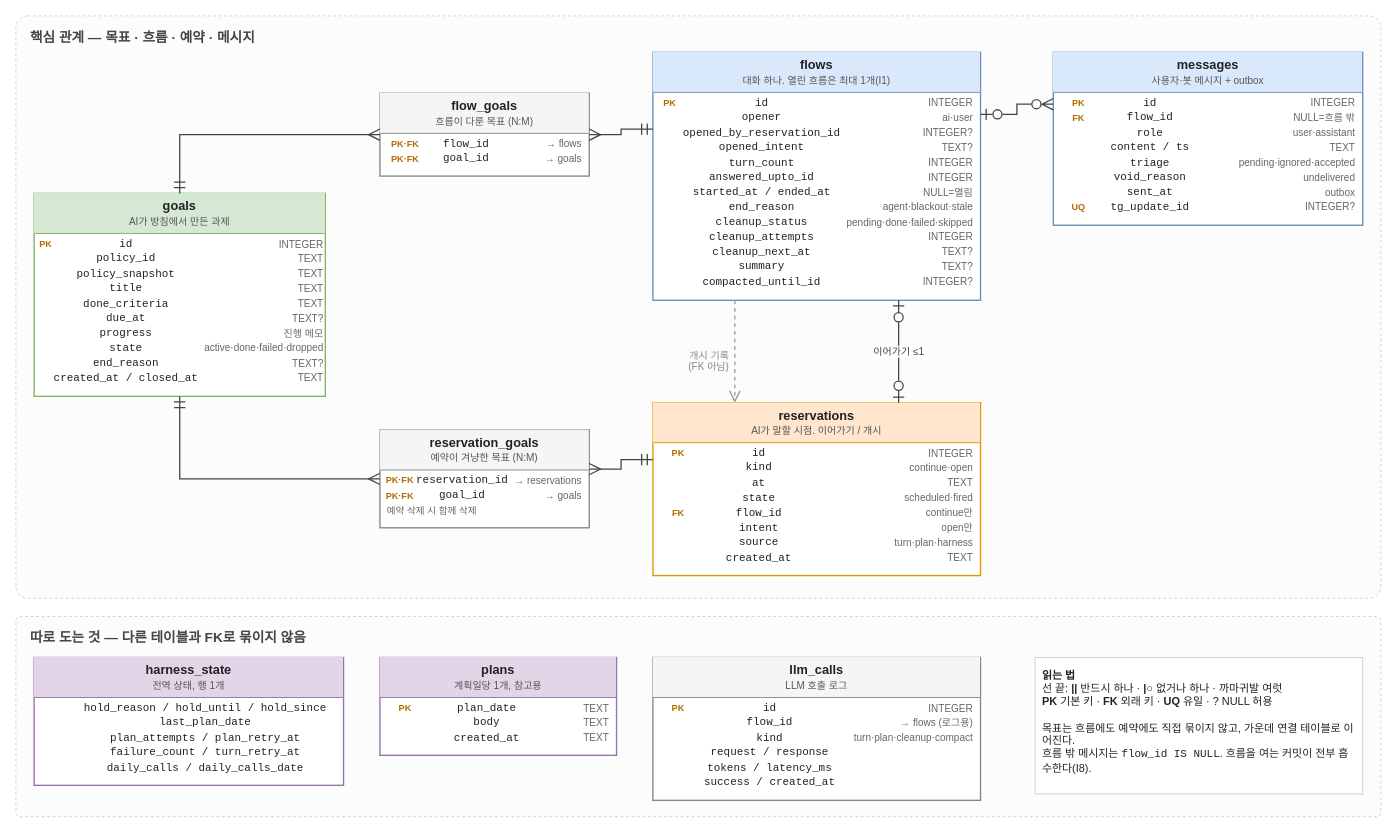
The draw.io diagram docs/harness-erd.drawio in carol-sh/aigan, before the edit. Source tidied: cells renumbered, new cells numbered last; positions are measured from the earlier drawing's top-left corner, leaving out a move shared by most shapes. Both pictures are drawn from the tidied source at 91%, with x=0, y=0 at pixel (15, 15).
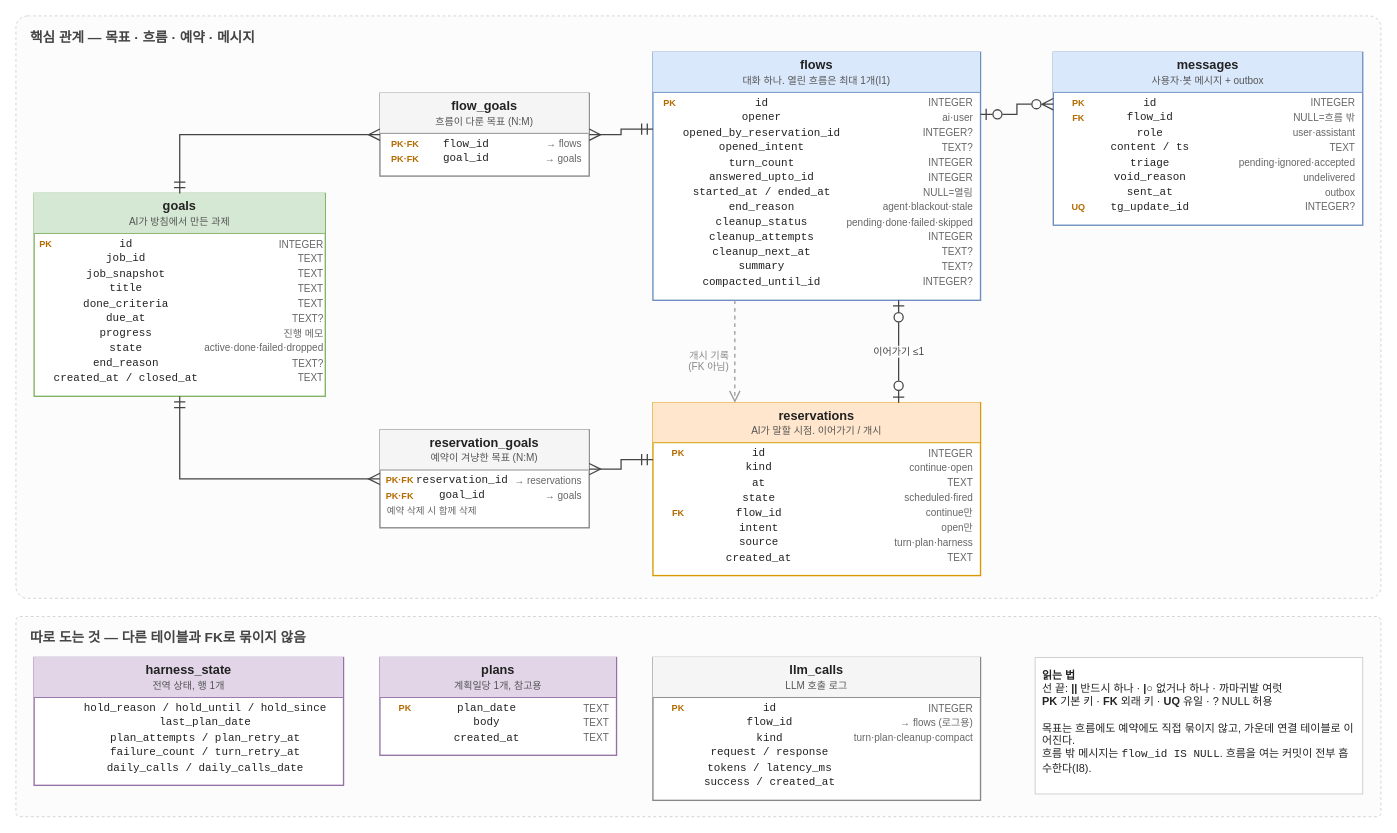
The same page after the edit.

Diff of the diagram source:
```diff
@@
-    <mxCell id="4" value="&lt;div style='background:#d5e8d4;border-bottom:1px solid #82b366;padding:6px 0;font-weight:bold;font-size:14px;color:#222'&gt;goals&lt;div style='font-weight:normal;font-size:11px;color:#555;margin-top:2px'&gt;AI가 방침에서 만든 과제&lt;/div&gt;&lt;/div&gt;&lt;table style='width:100%;border-collapse:collapse;margin-top:3px;padding:0 6px' cellpadding='1'&gt;&lt;tr&gt;&lt;td style='width:44px;padding-left:6px;color:#b36b00;font-size:10px;font-weight:bold;white-space:nowrap'&gt;PK&lt;/td&gt;&lt;td style='font-family:monospace;font-size:12px;color:#222;white-space:nowrap'&gt;id&lt;/td&gt;&lt;td style='font-size:11px;color:#666;text-align:right;padding-left:6px;padding-right:8px;white-space:nowrap'&gt;INTEGER&lt;/td&gt;&lt;/tr&gt;&lt;tr&gt;&lt;td style='width:44px;padding-left:6px;color:#b36b00;font-size:10px;font-weight:bold;white-space:nowrap'&gt;&lt;/td&gt;&lt;td style='font-family:monospace;font-size:12px;color:#222;white-space:nowrap'&gt;policy_id&lt;/td&gt;&lt;td style='font-size:11px;color:#666;text-align:right;padding-left:6px;padding-right:8px;white-space:nowrap'&gt;TEXT&lt;/td&gt;&lt;/tr&gt;&lt;tr&gt;&lt;td style='width:44px;padding-left:6px;color:#b36b00;font-size:10px;font-weight:bold;white-space:nowrap'&gt;&lt;/td&gt;&lt;td style='font-family:monospace;font-size:12px;color:#222;white-space:nowrap'&gt;policy_snapshot&lt;/td&gt;&lt;td style='font-size:11px;color:#666;text-align:right;padding-left:6px;padding-right:8px;white-space:nowrap'&gt;TEXT&lt;/td&gt;&lt;/tr&gt;&lt;tr&gt;&lt;td style='width:44px;padding-left:6px;color:#b36b00;font-size:10px;font-weight:bold;white-space:nowrap'&gt;&lt;/td&gt;&lt;td style='font-family:monospace;font-size:12px;color:#222;white-space:nowrap'&gt;title&lt;/td&gt;&lt;td style='font-size:11px;color:#666;text-align:right;padding-left:6px;padding-right:8px;white-space:nowrap'&gt;TEXT&lt;/td&gt;&lt;/tr&gt;&lt;tr&gt;&lt;td style='width:44px;padding-left:6px;color:#b36b00;font-size:10px;font-weight:bold;white-space:nowrap'&gt;&lt;/td&gt;&lt;td style='font-family:monospace;font-size:12px;color:#222;white-space:nowrap'&gt;done_criteria&lt;/td&gt;&lt;td style='font-size:11px;color:#666;text-align:right;padding-left:6px;padding-right:8px;white-space:nowrap'&gt;TEXT&lt;/td&gt;&lt;/tr&gt;&lt;tr&gt;&lt;td style='width:44px;padding-left:6px;color:#b36b00;font-size:10px;font-weight:bold;white-space:nowrap'&gt;&lt;/td&gt;&lt;td style='font-family:monospace;font-size:12px;color:#222;white-space:nowrap'&gt;due_at&lt;/td&gt;&lt;td style='font-size:11px;color:#666;text-align:right;padding-left:6px;padding-right:8px;white-space:nowrap'&gt;TEXT?&lt;/td&gt;&lt;/tr&gt;&lt;tr&gt;&lt;td style='width:44px;padding-left:6px;color:#b36b00;font-size:10px;font-weight:bold;white-space:nowrap'&gt;&lt;/td&gt;&lt;td style='font-family:monospace;font-size:12px;color:#222;white-space:nowrap'&gt;progress&lt;/td&gt;&lt;td style='font-size:11px;color:#666;text-align:right;padding-left:6px;padding-right:8px;white-space:nowrap'&gt;진행 메모&lt;/td&gt;&lt;/tr&gt;&lt;tr&gt;&lt;td style='width:44px;padding-left:6px;color:#b36b00;font-size:10px;font-weight:bold;white-space:nowrap'&gt;&lt;/td&gt;&lt;td style='font-family:monospace;font-size:12px;color:#222;white-space:nowrap'&gt;state&lt;/td&gt;&lt;td style='font-size:11px;color:#666;text-align:right;padding-left:6px;padding-right:8px;white-space:nowrap'&gt;active·done·failed·dropped&lt;/td&gt;&lt;/tr&gt;&lt;tr&gt;&lt;td style='width:44px;padding-left:6px;color:#b36b00;font-size:10px;font-weight:bold;white-space:nowrap'&gt;&lt;/td&gt;&lt;td style='font-family:monospace;font-size:12px;color:#222;white-space:nowrap'&gt;end_reason&lt;/td&gt;&lt;td style='font-size:11px;color:#666;text-align:right;padding-left:6px;padding-right:8px;white-space:nowrap'&gt;TEXT?&lt;/td&gt;&lt;/tr&gt;&lt;tr&gt;&lt;td style='width:44px;padding-left:6px;color:#b36b00;font-size:10px;font-weight:bold;white-space:nowrap'&gt;&lt;/td&gt;&lt;td style='font-family:monospace;font-size:12px;color:#222;white-space:nowrap'&gt;created_at / closed_at&lt;/td&gt;&lt;td style='font-size:11px;color:#666;text-align:right;padding-left:6px;padding-right:8px;white-space:nowrap'&gt;TEXT&lt;/td&gt;&lt;/tr&gt;&lt;/table&gt;" style="rounded=0;whiteSpace=wrap;html=1;verticalAlign=top;align=center;spacing=0;fillColor=#ffffff;strokeColor=#82b366;strokeWidth=1.5;overflow=fill;" parent="1" vertex="1">
+    <mxCell id="4" value="&lt;div style='background:#d5e8d4;border-bottom:1px solid #82b366;padding:6px 0;font-weight:bold;font-size:14px;color:#222'&gt;goals&lt;div style='font-weight:normal;font-size:11px;color:#555;margin-top:2px'&gt;AI가 방침에서 만든 과제&lt;/div&gt;&lt;/div&gt;&lt;table style='width:100%;border-collapse:collapse;margin-top:3px;padding:0 6px' cellpadding='1'&gt;&lt;tr&gt;&lt;td style='width:44px;padding-left:6px;color:#b36b00;font-size:10px;font-weight:bold;white-space:nowrap'&gt;PK&lt;/td&gt;&lt;td style='font-family:monospace;font-size:12px;color:#222;white-space:nowrap'&gt;id&lt;/td&gt;&lt;td style='font-size:11px;color:#666;text-align:right;padding-left:6px;padding-right:8px;white-space:nowrap'&gt;INTEGER&lt;/td&gt;&lt;/tr&gt;&lt;tr&gt;&lt;td style='width:44px;padding-left:6px;color:#b36b00;font-size:10px;font-weight:bold;white-space:nowrap'&gt;&lt;/td&gt;&lt;td style='font-family:monospace;font-size:12px;color:#222;white-space:nowrap'&gt;job_id&lt;/td&gt;&lt;td style='font-size:11px;color:#666;text-align:right;padding-left:6px;padding-right:8px;white-space:nowrap'&gt;TEXT&lt;/td&gt;&lt;/tr&gt;&lt;tr&gt;&lt;td style='width:44px;padding-left:6px;color:#b36b00;font-size:10px;font-weight:bold;white-space:nowrap'&gt;&lt;/td&gt;&lt;td style='font-family:monospace;font-size:12px;color:#222;white-space:nowrap'&gt;job_snapshot&lt;/td&gt;&lt;td style='font-size:11px;color:#666;text-align:right;padding-left:6px;padding-right:8px;white-space:nowrap'&gt;TEXT&lt;/td&gt;&lt;/tr&gt;&lt;tr&gt;&lt;td style='width:44px;padding-left:6px;color:#b36b00;font-size:10px;font-weight:bold;white-space:nowrap'&gt;&lt;/td&gt;&lt;td style='font-family:monospace;font-size:12px;color:#222;white-space:nowrap'&gt;title&lt;/td&gt;&lt;td style='font-size:11px;color:#666;text-align:right;padding-left:6px;padding-right:8px;white-space:nowrap'&gt;TEXT&lt;/td&gt;&lt;/tr&gt;&lt;tr&gt;&lt;td style='width:44px;padding-left:6px;color:#b36b00;font-size:10px;font-weight:bold;white-space:nowrap'&gt;&lt;/td&gt;&lt;td style='font-family:monospace;font-size:12px;color:#222;white-space:nowrap'&gt;done_criteria&lt;/td&gt;&lt;td style='font-size:11px;color:#666;text-align:right;padding-left:6px;padding-right:8px;white-space:nowrap'&gt;TEXT&lt;/td&gt;&lt;/tr&gt;&lt;tr&gt;&lt;td style='width:44px;padding-left:6px;color:#b36b00;font-size:10px;font-weight:bold;white-space:nowrap'&gt;&lt;/td&gt;&lt;td style='font-family:monospace;font-size:12px;color:#222;white-space:nowrap'&gt;due_at&lt;/td&gt;&lt;td style='font-size:11px;color:#666;text-align:right;padding-left:6px;padding-right:8px;white-space:nowrap'&gt;TEXT?&lt;/td&gt;&lt;/tr&gt;&lt;tr&gt;&lt;td style='width:44px;padding-left:6px;color:#b36b00;font-size:10px;font-weight:bold;white-space:nowrap'&gt;&lt;/td&gt;&lt;td style='font-family:monospace;font-size:12px;color:#222;white-space:nowrap'&gt;progress&lt;/td&gt;&lt;td style='font-size:11px;color:#666;text-align:right;padding-left:6px;padding-right:8px;white-space:nowrap'&gt;진행 메모&lt;/td&gt;&lt;/tr&gt;&lt;tr&gt;&lt;td style='width:44px;padding-left:6px;color:#b36b00;font-size:10px;font-weight:bold;white-space:nowrap'&gt;&lt;/td&gt;&lt;td style='font-family:monospace;font-size:12px;color:#222;white-space:nowrap'&gt;state&lt;/td&gt;&lt;td style='font-size:11px;color:#666;text-align:right;padding-left:6px;padding-right:8px;white-space:nowrap'&gt;active·done·failed·dropped&lt;/td&gt;&lt;/tr&gt;&lt;tr&gt;&lt;td style='width:44px;padding-left:6px;color:#b36b00;font-size:10px;font-weight:bold;white-space:nowrap'&gt;&lt;/td&gt;&lt;td style='font-family:monospace;font-size:12px;color:#222;white-space:nowrap'&gt;end_reason&lt;/td&gt;&lt;td style='font-size:11px;color:#666;text-align:right;padding-left:6px;padding-right:8px;white-space:nowrap'&gt;TEXT?&lt;/td&gt;&lt;/tr&gt;&lt;tr&gt;&lt;td style='width:44px;padding-left:6px;color:#b36b00;font-size:10px;font-weight:bold;white-space:nowrap'&gt;&lt;/td&gt;&lt;td style='font-family:monospace;font-size:12px;color:#222;white-space:nowrap'&gt;created_at / closed_at&lt;/td&gt;&lt;td style='font-size:11px;color:#666;text-align:right;padding-left:6px;padding-right:8px;white-space:nowrap'&gt;TEXT&lt;/td&gt;&lt;/tr&gt;&lt;/table&gt;" style="rounded=0;whiteSpace=wrap;html=1;verticalAlign=top;align=center;spacing=0;fillColor=#ffffff;strokeColor=#82b366;strokeWidth=1.5;overflow=fill;" parent="1" vertex="1">
       <mxGeometry x="20" y="195" width="320" height="223" as="geometry" />
     </mxCell>
```
